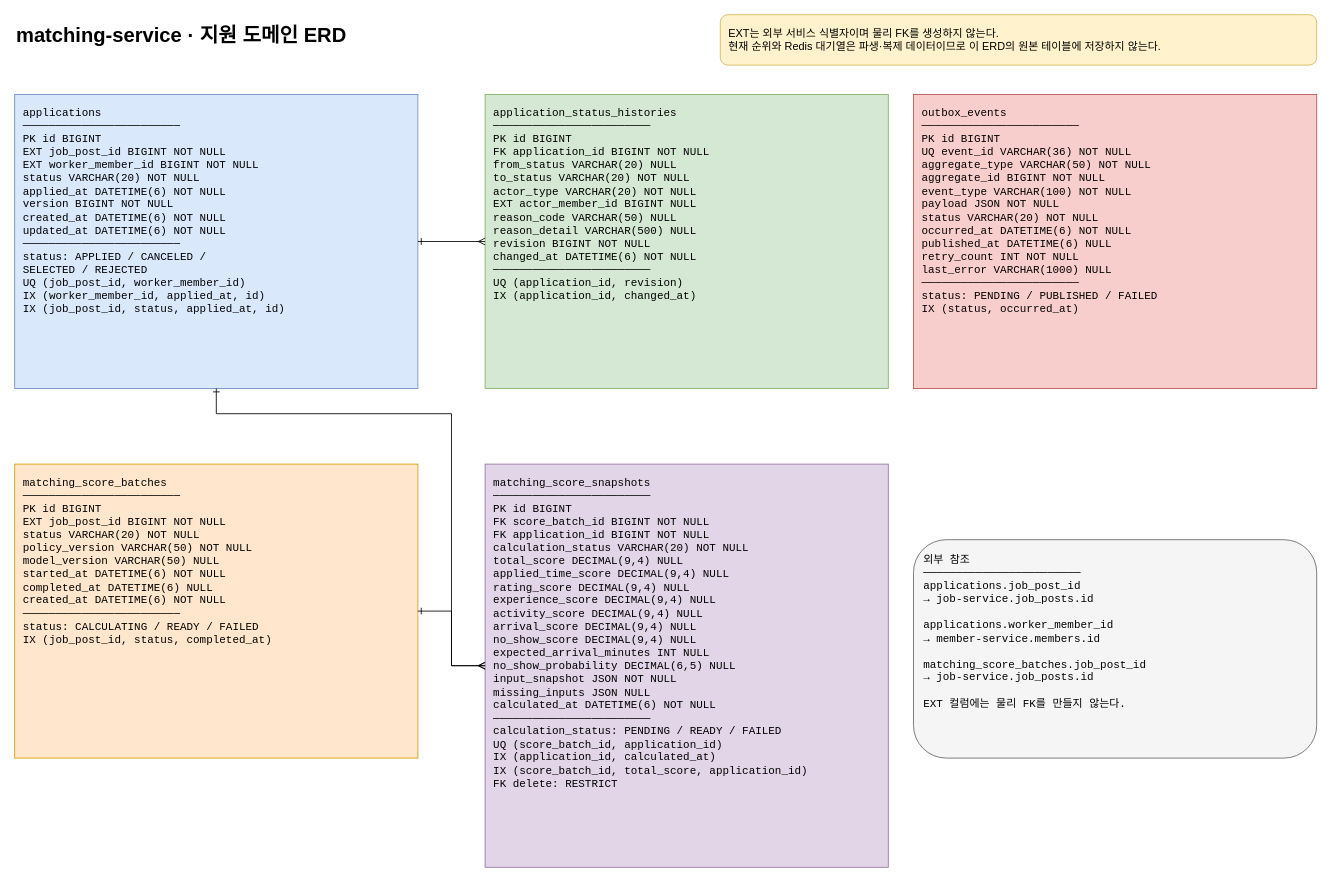
Before: docs/architecture/matching-application-erd.drawio in 404-Worker-Not-Found/BE, a draw.io diagram. Source tidied: cells renumbered, new cells numbered last; positions are measured from the earlier drawing's top-left corner, leaving out a move shared by most shapes. Both pictures are drawn from the tidied source at 84%, with x=0, y=0 at pixel (14, 14).
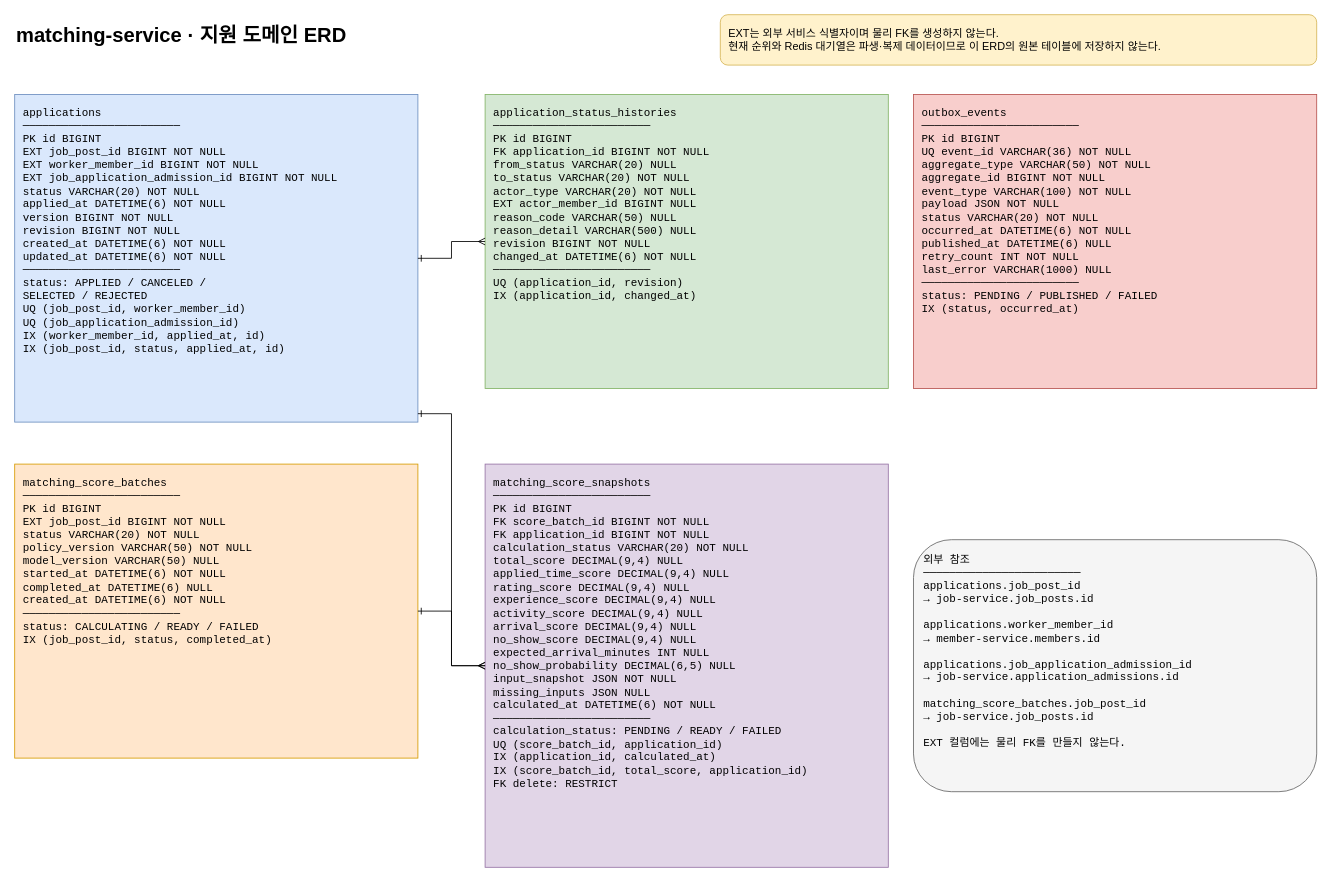
After the change.

Change to the diagram source:
```diff
@@
 <mxGraphModel>
   <root>
     <mxCell id="0" />
     <mxCell id="1" parent="0" />
     <mxCell id="2" value="matching-service · 지원 도메인 ERD" style="text;html=1;strokeColor=none;fillColor=none;align=left;verticalAlign=middle;fontSize=24;fontStyle=1;" parent="1" vertex="1">
       <mxGeometry y="5" width="620" height="40" as="geometry" />
     </mxCell>
     <mxCell id="3" value="EXT는 외부 서비스 식별자이며 물리 FK를 생성하지 않는다.&#10;현재 순위와 Redis 대기열은 파생·복제 데이터이므로 이 ERD의 원본 테이블에 저장하지 않는다." style="rounded=1;whiteSpace=wrap;html=1;fillColor=#fff2cc;strokeColor=#d6b656;align=left;spacing=10;fontSize=13;" parent="1" vertex="1">
       <mxGeometry x="840" width="710" height="60" as="geometry" />
     </mxCell>
-    <mxCell id="4" value="applications&#10;────────────────────────&#10;PK  id BIGINT&#10;EXT job_post_id BIGINT NOT NULL&#10;EXT worker_member_id BIGINT NOT NULL&#10;    status VARCHAR(20) NOT NULL&#10;    applied_at DATETIME(6) NOT NULL&#10;    version BIGINT NOT NULL&#10;    created_at DATETIME(6) NOT NULL&#10;    updated_at DATETIME(6) NOT NULL&#10;────────────────────────&#10;status: APPLIED / CANCELED /&#10;SELECTED / REJECTED&#10;UQ (job_post_id, worker_member_id)&#10;IX (worker_member_id, applied_at, id)&#10;IX (job_post_id, status, applied_at, id)" style="rounded=0;whiteSpace=wrap;html=1;fillColor=#dae8fc;strokeColor=#6c8ebf;align=left;verticalAlign=top;spacing=10;fontFamily=Courier New;fontSize=13;" parent="1" vertex="1">
-      <mxGeometry y="95" width="480" height="350" as="geometry" />
+    <mxCell id="4" value="applications&#10;────────────────────────&#10;PK  id BIGINT&#10;EXT job_post_id BIGINT NOT NULL&#10;EXT worker_member_id BIGINT NOT NULL&#10;EXT job_application_admission_id BIGINT NOT NULL&#10;    status VARCHAR(20) NOT NULL&#10;    applied_at DATETIME(6) NOT NULL&#10;    version BIGINT NOT NULL&#10;    revision BIGINT NOT NULL&#10;    created_at DATETIME(6) NOT NULL&#10;    updated_at DATETIME(6) NOT NULL&#10;────────────────────────&#10;status: APPLIED / CANCELED /&#10;SELECTED / REJECTED&#10;UQ (job_post_id, worker_member_id)&#10;UQ (job_application_admission_id)&#10;IX (worker_member_id, applied_at, id)&#10;IX (job_post_id, status, applied_at, id)" style="rounded=0;whiteSpace=wrap;html=1;fillColor=#dae8fc;strokeColor=#6c8ebf;align=left;verticalAlign=top;spacing=10;fontFamily=Courier New;fontSize=13;" parent="1" vertex="1">
+      <mxGeometry y="95" width="480" height="390" as="geometry" />
     </mxCell>
     <mxCell id="5" value="application_status_histories&#10;────────────────────────&#10;PK  id BIGINT&#10;FK  application_id BIGINT NOT NULL&#10;    from_status VARCHAR(20) NULL&#10;    to_status VARCHAR(20) NOT NULL&#10;    actor_type VARCHAR(20) NOT NULL&#10;EXT actor_member_id BIGINT NULL&#10;    reason_code VARCHAR(50) NULL&#10;    reason_detail VARCHAR(500) NULL&#10;    revision BIGINT NOT NULL&#10;    changed_at DATETIME(6) NOT NULL&#10;────────────────────────&#10;UQ (application_id, revision)&#10;IX (application_id, changed_at)" style="rounded=0;whiteSpace=wrap;html=1;fillColor=#d5e8d4;strokeColor=#82b366;align=left;verticalAlign=top;spacing=10;fontFamily=Courier New;fontSize=13;" parent="1" vertex="1">
       <mxGeometry x="560" y="95" width="480" height="350" as="geometry" />
     </mxCell>
     <mxCell id="6" value="matching_score_snapshots&#10;────────────────────────&#10;PK  id BIGINT&#10;FK  score_batch_id BIGINT NOT NULL&#10;FK  application_id BIGINT NOT NULL&#10;    calculation_status VARCHAR(20) NOT NULL&#10;    total_score DECIMAL(9,4) NULL&#10;    applied_time_score DECIMAL(9,4) NULL&#10;    rating_score DECIMAL(9,4) NULL&#10;    experience_score DECIMAL(9,4) NULL&#10;    activity_score DECIMAL(9,4) NULL&#10;    arrival_score DECIMAL(9,4) NULL&#10;    no_show_score DECIMAL(9,4) NULL&#10;    expected_arrival_minutes INT NULL&#10;    no_show_probability DECIMAL(6,5) NULL&#10;    input_snapshot JSON NOT NULL&#10;    missing_inputs JSON NULL&#10;    calculated_at DATETIME(6) NOT NULL&#10;────────────────────────&#10;calculation_status: PENDING / READY / FAILED&#10;UQ (score_batch_id, application_id)&#10;IX (application_id, calculated_at)&#10;IX (score_batch_id, total_score, application_id)&#10;FK delete: RESTRICT" style="rounded=0;whiteSpace=wrap;html=1;fillColor=#e1d5e7;strokeColor=#9673a6;align=left;verticalAlign=top;spacing=10;fontFamily=Courier New;fontSize=13;" parent="1" vertex="1">
       <mxGeometry x="560" y="535" width="480" height="480" as="geometry" />
     </mxCell>
     <mxCell id="7" value="matching_score_batches&#10;────────────────────────&#10;PK  id BIGINT&#10;EXT job_post_id BIGINT NOT NULL&#10;    status VARCHAR(20) NOT NULL&#10;    policy_version VARCHAR(50) NOT NULL&#10;    model_version VARCHAR(50) NULL&#10;    started_at DATETIME(6) NOT NULL&#10;    completed_at DATETIME(6) NULL&#10;    created_at DATETIME(6) NOT NULL&#10;────────────────────────&#10;status: CALCULATING / READY / FAILED&#10;IX (job_post_id, status, completed_at)" style="rounded=0;whiteSpace=wrap;html=1;fillColor=#ffe6cc;strokeColor=#d79b00;align=left;verticalAlign=top;spacing=10;fontFamily=Courier New;fontSize=13;" parent="1" vertex="1">
       <mxGeometry y="535" width="480" height="350" as="geometry" />
     </mxCell>
     <mxCell id="8" value="outbox_events&#10;────────────────────────&#10;PK  id BIGINT&#10;UQ  event_id VARCHAR(36) NOT NULL&#10;    aggregate_type VARCHAR(50) NOT NULL&#10;    aggregate_id BIGINT NOT NULL&#10;    event_type VARCHAR(100) NOT NULL&#10;    payload JSON NOT NULL&#10;    status VARCHAR(20) NOT NULL&#10;    occurred_at DATETIME(6) NOT NULL&#10;    published_at DATETIME(6) NULL&#10;    retry_count INT NOT NULL&#10;    last_error VARCHAR(1000) NULL&#10;────────────────────────&#10;status: PENDING / PUBLISHED / FAILED&#10;IX (status, occurred_at)" style="rounded=0;whiteSpace=wrap;html=1;fillColor=#f8cecc;strokeColor=#b85450;align=left;verticalAlign=top;spacing=10;fontFamily=Courier New;fontSize=13;" parent="1" vertex="1">
       <mxGeometry x="1070" y="95" width="480" height="350" as="geometry" />
     </mxCell>
-    <mxCell id="9" value="외부 참조&#10;────────────────────────&#10;applications.job_post_id&#10;  → job-service.job_posts.id&#10;&#10;applications.worker_member_id&#10;  → member-service.members.id&#10;&#10;matching_score_batches.job_post_id&#10;  → job-service.job_posts.id&#10;&#10;EXT 컬럼에는 물리 FK를 만들지 않는다." style="rounded=1;whiteSpace=wrap;html=1;fillColor=#f5f5f5;strokeColor=#666666;align=left;verticalAlign=top;spacing=12;fontFamily=Courier New;fontSize=13;" parent="1" vertex="1">
-      <mxGeometry x="1070" y="625" width="480" height="260" as="geometry" />
+    <mxCell id="9" value="외부 참조&#10;────────────────────────&#10;applications.job_post_id&#10;  → job-service.job_posts.id&#10;&#10;applications.worker_member_id&#10;  → member-service.members.id&#10;&#10;applications.job_application_admission_id&#10;  → job-service.application_admissions.id&#10;&#10;matching_score_batches.job_post_id&#10;  → job-service.job_posts.id&#10;&#10;EXT 컬럼에는 물리 FK를 만들지 않는다." style="rounded=1;whiteSpace=wrap;html=1;fillColor=#f5f5f5;strokeColor=#666666;align=left;verticalAlign=top;spacing=12;fontFamily=Courier New;fontSize=13;" parent="1" vertex="1">
+      <mxGeometry x="1070" y="625" width="480" height="300" as="geometry" />
     </mxCell>
     <mxCell id="10" style="edgeStyle=orthogonalEdgeStyle;rounded=0;jettySize=auto;html=1;endArrow=ERmany;startArrow=ERone;" parent="1" edge="1" source="4" target="5">
       <mxGeometry relative="1" as="geometry" />
     </mxCell>
     <mxCell id="11" style="edgeStyle=orthogonalEdgeStyle;rounded=0;jettySize=auto;html=1;endArrow=ERmany;startArrow=ERone;" parent="1" edge="1" source="4" target="6">
       <mxGeometry relative="1" as="geometry">
         <Array as="points">
           <mxPoint x="520" y="475" />
           <mxPoint x="520" y="775" />
         </Array>
       </mxGeometry>
     </mxCell>
     <mxCell id="12" style="edgeStyle=orthogonalEdgeStyle;rounded=0;jettySize=auto;html=1;endArrow=ERmany;startArrow=ERone;" parent="1" edge="1" source="7" target="6">
       <mxGeometry relative="1" as="geometry" />
     </mxCell>
   </root>
 </mxGraphModel>
```
